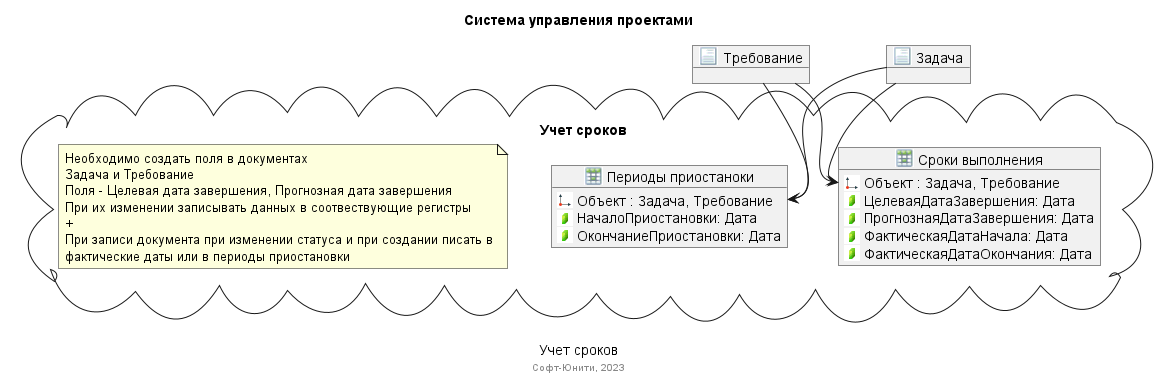
Earlier version of the PlantUML export out/Учет сроков/Учет сроков.png (medm86/SUP).
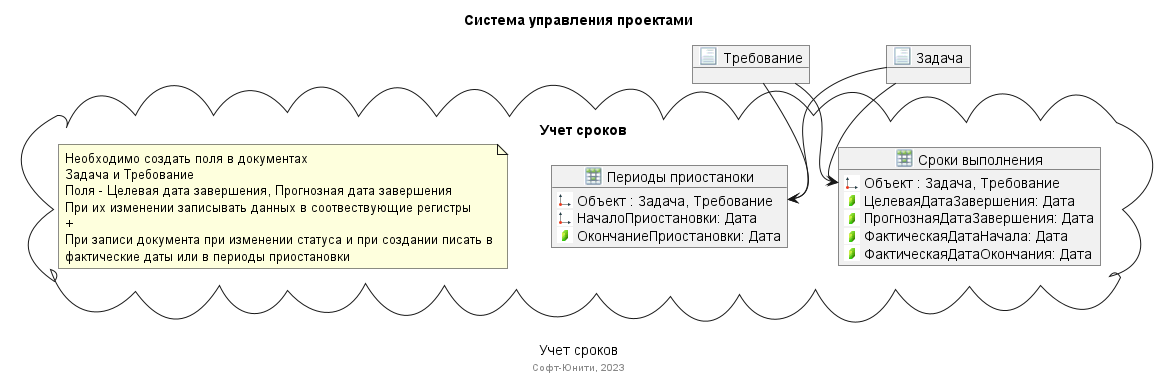
The same file after the commit.

What changed in the source:
```diff
@@ -24,7 +24,7 @@
 
     _РегистрСведений(ПериодыПриостановки, "Периоды приостаноки") {
         <$d> Объект : Задача, Требование
-        <$r> НачалоПриостановки: Дата
+        <$d> НачалоПриостановки: Дата
         <$r> ОкончаниеПриостановки: Дата
     }
     Задача --> ПериодыПриостановки::Объект
```
